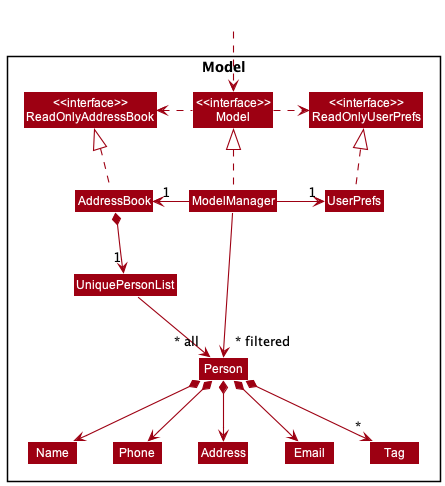
This is docs/images/ModelClassDiagram.png from nus-cs2103-AY2223S1/tp, a PlantUML export, as it was before one commit.
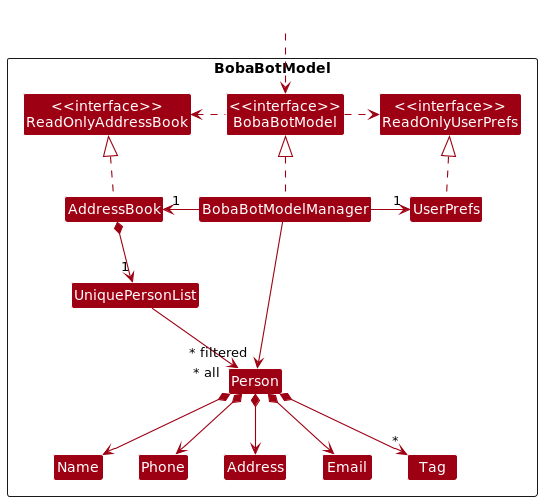
The same diagram one commit later.

What changed in the source:
```diff
@@ -4,12 +4,12 @@
 skinparam arrowColor MODEL_COLOR
 skinparam classBackgroundColor MODEL_COLOR
 
-Package Model <<Rectangle>>{
+Package BobaBotModel <<Rectangle>>{
 Class "<<interface>>\nReadOnlyAddressBook" as ReadOnlyAddressBook
 Class "<<interface>>\nReadOnlyUserPrefs" as ReadOnlyUserPrefs
-Class "<<interface>>\nModel" as Model
+Class "<<interface>>\nBobaBotModel" as BobaBotModel
 Class AddressBook
-Class ModelManager
+Class BobaBotModelManager
 Class UserPrefs
 
 Class UniquePersonList
@@ -23,15 +23,15 @@
 }
 
 Class HiddenOutside #FFFFFF
-HiddenOutside ..> Model
+HiddenOutside ..> BobaBotModel
 
 AddressBook .up.|> ReadOnlyAddressBook
 
-ModelManager .up.|> Model
-Model .right.> ReadOnlyUserPrefs
-Model .left.> ReadOnlyAddressBook
-ModelManager -left-> "1" AddressBook
-ModelManager -right-> "1" UserPrefs
+BobaBotModelManager .up.|> BobaBotModel
+BobaBotModel .right.> ReadOnlyUserPrefs
+BobaBotModel .left.> ReadOnlyAddressBook
+BobaBotModelManager -left-> "1" AddressBook
+BobaBotModelManager -right-> "1" UserPrefs
 UserPrefs .up.|> ReadOnlyUserPrefs
 
 AddressBook *--> "1" UniquePersonList
@@ -46,5 +46,5 @@
 Phone -[hidden]right-> Address
 Address -[hidden]right-> Email
 
-ModelManager -->"~* filtered" Person
+BobaBotModelManager -->"~* filtered" Person
 @enduml
```
